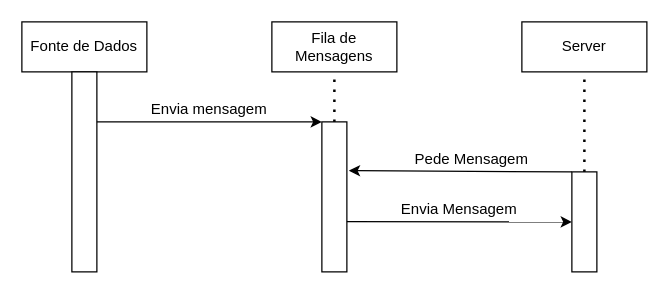
Above: report/projectSpecificationReport/fontedados-servidor.drawio in rafaelbaptista13/projeto_ies (draw.io), before the change. Source tidied: cells renumbered, new cells numbered last; positions are measured from the earlier drawing's top-left corner, leaving out a move shared by most shapes. Both pictures are drawn from the tidied source at 125%, with x=0, y=0 at pixel (21, 21).
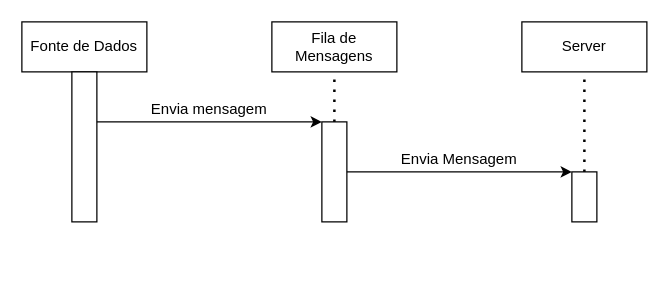
The same page after the edit.

Commit message (it also covers changes not shown here):
diagrama casos de uso, melhoria de alguns diagramas e do texto

Diff of the diagram source:
```diff
@@
 <mxGraphModel>
   <root>
     <mxCell id="0" />
     <mxCell id="1" parent="0" />
     <mxCell id="2" value="Fonte de Dados" style="rounded=0;whiteSpace=wrap;html=1;" parent="1" vertex="1">
       <mxGeometry width="100" height="40" as="geometry" />
     </mxCell>
     <mxCell id="3" value="Fila de Mensagens" style="rounded=0;whiteSpace=wrap;html=1;" parent="1" vertex="1">
       <mxGeometry x="200" width="100" height="40" as="geometry" />
     </mxCell>
     <mxCell id="4" style="rounded=0;whiteSpace=wrap;html=1;" parent="1" vertex="1">
-      <mxGeometry x="40" y="40" width="20" height="160" as="geometry" />
+      <mxGeometry x="40" y="40" width="20" height="120" as="geometry" />
     </mxCell>
     <mxCell id="5" style="endArrow=none;dashed=1;html=1;dashPattern=1 3;strokeWidth=2;entryX=0.5;entryY=1;entryDx=0;entryDy=0;" parent="1" edge="1" target="3">
       <mxGeometry relative="1" as="geometry">
         <mxPoint x="250" y="80" as="sourcePoint" />
       </mxGeometry>
     </mxCell>
-    <mxCell id="6" style="endArrow=classic;html=1;exitX=1;exitY=0.25;exitDx=0;exitDy=0;" parent="1" edge="1" source="4">
+    <mxCell id="6" style="endArrow=classic;html=1;" parent="1" edge="1">
       <mxGeometry relative="1" as="geometry">
+        <mxPoint x="60" y="80" as="sourcePoint" />
         <mxPoint x="240" y="80" as="targetPoint" />
       </mxGeometry>
     </mxCell>
     <mxCell id="7" value="Envia mensagem" style="text;html=1;strokeColor=none;fillColor=none;align=center;verticalAlign=middle;whiteSpace=wrap;rounded=0;" parent="1" vertex="1">
       <mxGeometry x="100" y="60" width="100" height="20" as="geometry" />
     </mxCell>
     <mxCell id="8" style="rounded=0;whiteSpace=wrap;html=1;" parent="1" vertex="1">
-      <mxGeometry x="240" y="80" width="20" height="120" as="geometry" />
+      <mxGeometry x="240" y="80" width="20" height="80" as="geometry" />
     </mxCell>
-    <mxCell id="9" style="endArrow=classic;html=1;exitX=1;exitY=0.665;exitDx=0;exitDy=0;entryX=0;entryY=0.5;entryDx=0;entryDy=0;exitPerimeter=0;" parent="1" edge="1" source="8" target="13">
+    <mxCell id="9" style="endArrow=classic;html=1;exitX=1;exitY=0.5;exitDx=0;exitDy=0;entryX=0;entryY=0;entryDx=0;entryDy=0;" parent="1" edge="1" source="8" target="13">
       <mxGeometry relative="1" as="geometry" />
     </mxCell>
-    <mxCell id="10" value="Pede Mensagem" style="text;html=1;strokeColor=none;fillColor=none;align=center;verticalAlign=middle;whiteSpace=wrap;rounded=0;" parent="1" vertex="1">
-      <mxGeometry x="310" y="100" width="100" height="20" as="geometry" />
-    </mxCell>
     <mxCell id="11" value="Server" style="rounded=0;whiteSpace=wrap;html=1;" parent="1" vertex="1">
       <mxGeometry x="400" width="100" height="40" as="geometry" />
     </mxCell>
     <mxCell id="12" style="endArrow=none;dashed=1;html=1;dashPattern=1 3;strokeWidth=2;entryX=0.5;entryY=1;entryDx=0;entryDy=0;" parent="1" edge="1" target="11">
       <mxGeometry relative="1" as="geometry">
         <mxPoint x="450" y="120" as="sourcePoint" />
       </mxGeometry>
     </mxCell>
     <mxCell id="13" style="rounded=0;whiteSpace=wrap;html=1;" parent="1" vertex="1">
-      <mxGeometry x="440" y="120" width="20" height="80" as="geometry" />
+      <mxGeometry x="440" y="120" width="20" height="40" as="geometry" />
     </mxCell>
-    <mxCell id="14" style="endArrow=classic;html=1;exitX=0;exitY=0;exitDx=0;exitDy=0;entryX=1.08;entryY=0.325;entryDx=0;entryDy=0;entryPerimeter=0;" parent="1" edge="1" source="13" target="8">
-      <mxGeometry relative="1" as="geometry" />
-    </mxCell>
     <mxCell id="15" value="Envia Mensagem" style="text;html=1;strokeColor=none;fillColor=none;align=center;verticalAlign=middle;whiteSpace=wrap;rounded=0;" parent="1" vertex="1">
-      <mxGeometry x="290" y="140" width="120" height="20" as="geometry" />
+      <mxGeometry x="290" y="100" width="120" height="20" as="geometry" />
     </mxCell>
   </root>
 </mxGraphModel>
```
